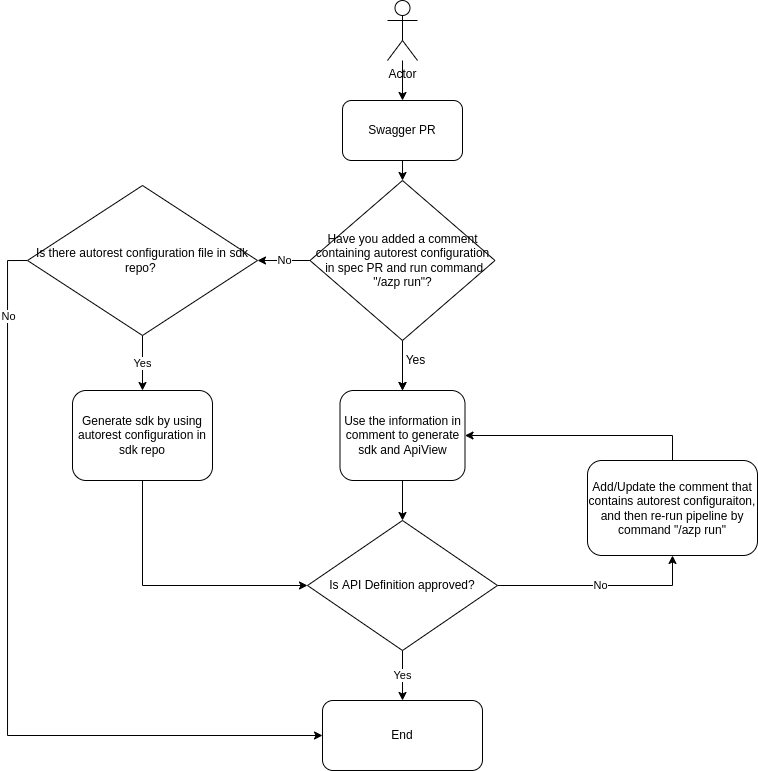
This is documentation/onboard-dpg-in-sdkautomation/workflow-service-team.png from Azure/azure-rest-api-specs, a draw.io export, as it was before one commit. Source tidied: cells renumbered, new cells last; positions are measured from the earlier drawing's top-left corner, leaving out a move shared by most shapes.
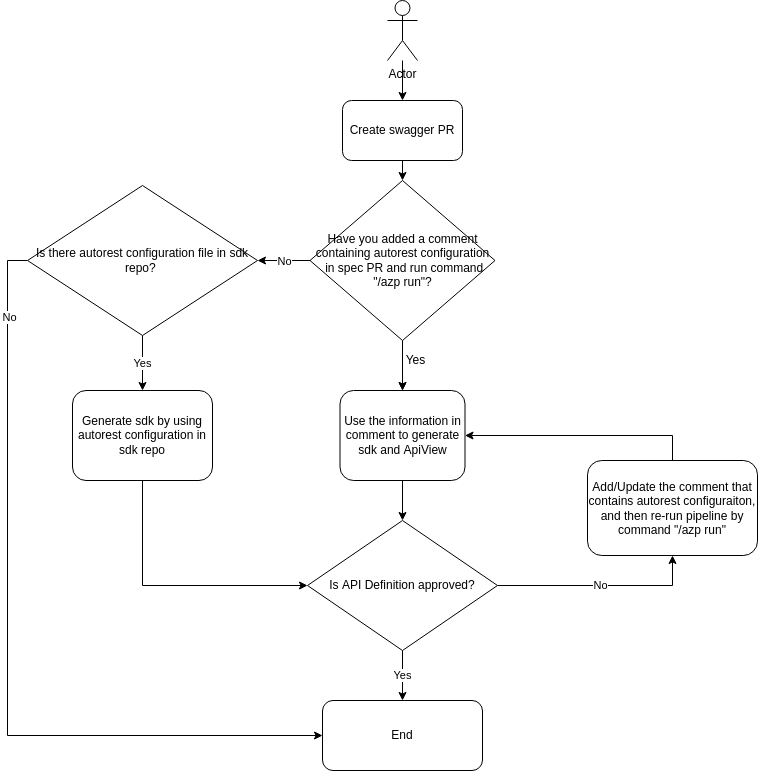
After the change.

The edit, as a diff of the source:
```diff
@@ -11,7 +11,7 @@
     <mxCell id="4" style="edgeStyle=orthogonalEdgeStyle;rounded=0;jettySize=auto;html=1;exitX=0.5;exitY=1;exitDx=0;exitDy=0;entryX=0.5;entryY=0;entryDx=0;entryDy=0;" parent="1" edge="1" source="5" target="17">
       <mxGeometry relative="1" as="geometry" />
     </mxCell>
-    <mxCell id="5" value="Swagger PR" style="rounded=1;whiteSpace=wrap;html=1;" parent="1" vertex="1">
+    <mxCell id="5" value="Create swagger PR" style="rounded=1;whiteSpace=wrap;html=1;" parent="1" vertex="1">
       <mxGeometry x="315" y="100" width="120" height="60" as="geometry" />
     </mxCell>
     <mxCell id="6" value="End" style="rounded=1;whiteSpace=wrap;html=1;" parent="1" vertex="1">
```
